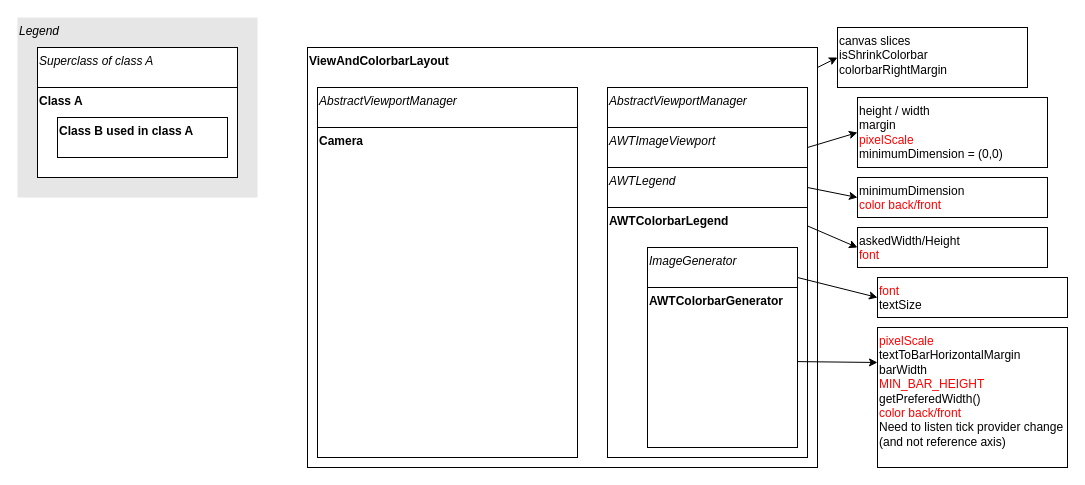
Earlier version of the draw.io diagram page "Colorbar layout" (3 of 4) of jzy3d-core-awt/doc/core-awt.drawio (jzy3d/jzy3d-api). Source tidied: cells renumbered, new cells numbered last; positions are measured from the earlier drawing's top-left corner, leaving out a move shared by most shapes. Both pictures are drawn from the tidied source at 100%, with x=0, y=0 at pixel (17, 17).
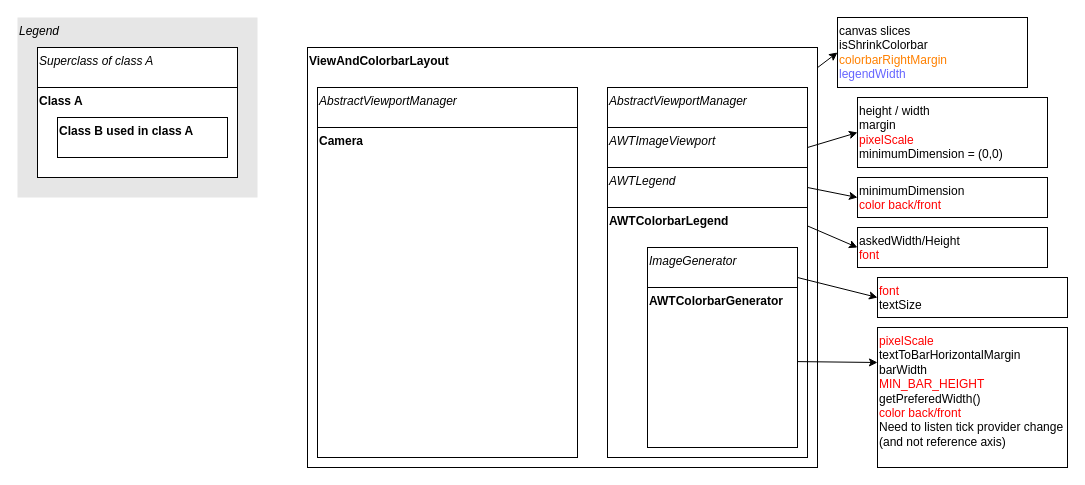
The same diagram, later.

Diff of the diagram source:
```diff
@@
-    <mxCell id="26" value="canvas slices&lt;br&gt;isShrinkColorbar&lt;br&gt;colorbarRightMargin" style="rounded=0;whiteSpace=wrap;html=1;verticalAlign=top;align=left;" parent="1" vertex="1">
-      <mxGeometry x="820" y="10" width="190" height="60" as="geometry" />
+    <mxCell id="26" value="canvas slices&lt;br&gt;isShrinkColorbar&lt;br&gt;&lt;font color=&quot;#ff8000&quot;&gt;colorbarRightMargin&lt;/font&gt;&lt;br&gt;&lt;font color=&quot;#6666ff&quot;&gt;legendWidth&lt;/font&gt;" style="rounded=0;whiteSpace=wrap;html=1;verticalAlign=top;align=left;" parent="1" vertex="1">
+      <mxGeometry x="820" width="190" height="70" as="geometry" />
     </mxCell>
```
